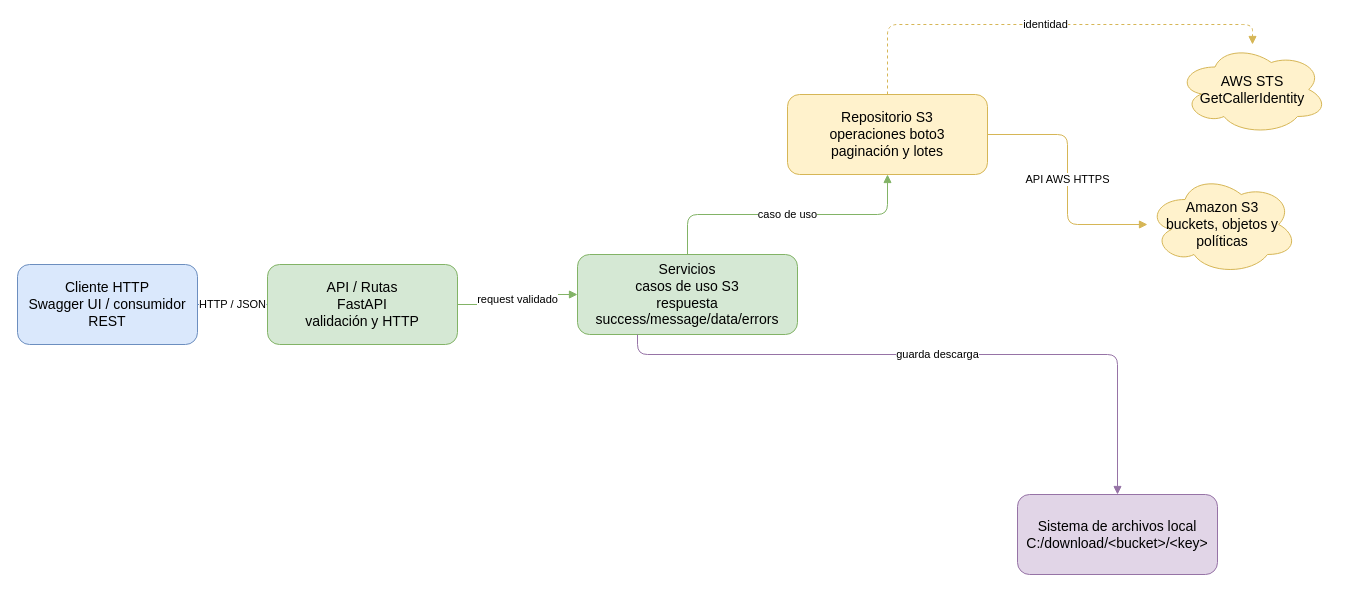
ccaceresumtuser2/app-s3-service keeps this draw.io diagram as page "Componentes" (1 of 2) of arquitectura/arquitectura_s3.drawio. Above is the earlier version. Source tidied: cells renumbered, new cells numbered last; positions are measured from the earlier drawing's top-left corner, leaving out a move shared by most shapes. Both pictures are drawn from the tidied source at 100%, with x=0, y=0 at pixel (17, 24).
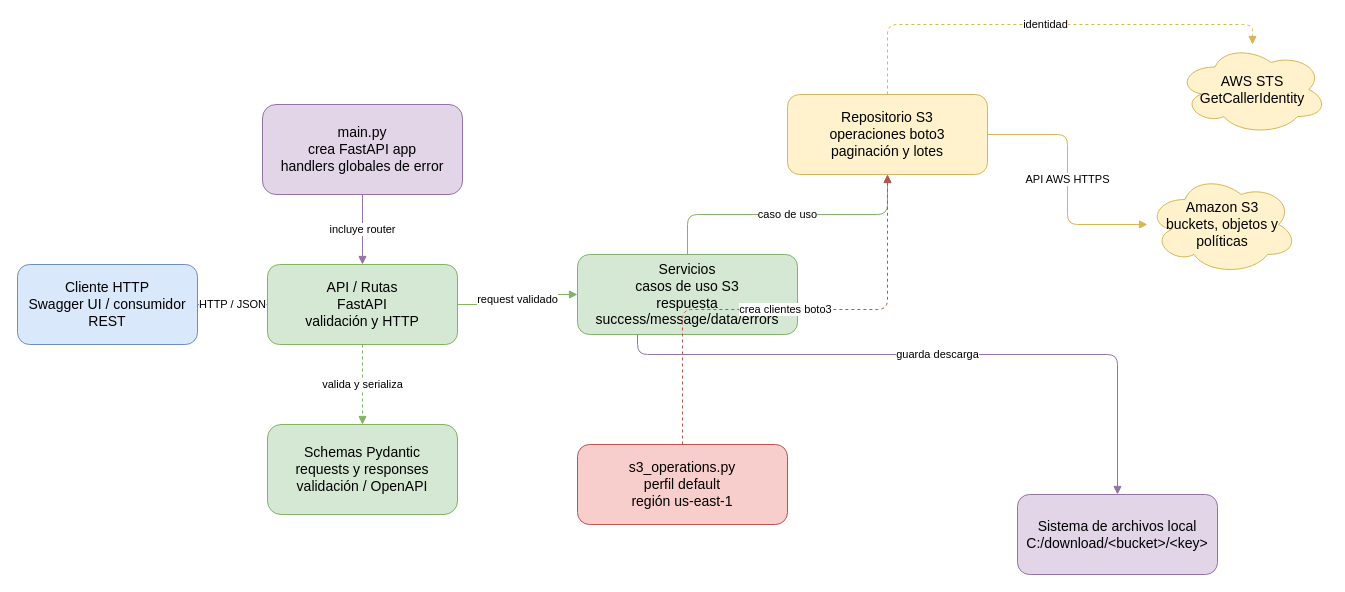
The same page after the edit.

Unchanged cells that the change refers to:
```xml
<mxCell id="3" value="API / Rutas&lt;br&gt;FastAPI&lt;br&gt;validación y HTTP" style="rounded=1;whiteSpace=wrap;html=1;fillColor=#d5e8d4;strokeColor=#82b366;fontSize=14;" parent="1" vertex="1">
  <mxGeometry x="250" y="240" width="190" height="80" as="geometry" />
</mxCell>
<mxCell id="5" value="Repositorio S3&lt;br&gt;operaciones boto3&lt;br&gt;paginación y lotes" style="rounded=1;whiteSpace=wrap;html=1;fillColor=#fff2cc;strokeColor=#d6b656;fontSize=14;" parent="1" vertex="1">
  <mxGeometry x="770" y="70" width="200" height="80" as="geometry" />
</mxCell>
```

What changed in the source:
```diff
@@
+    <mxCell id="15" value="main.py&lt;br&gt;crea FastAPI app&lt;br&gt;handlers globales de error" style="rounded=1;whiteSpace=wrap;html=1;fillColor=#e1d5e7;strokeColor=#9673a6;fontSize=14;" parent="1" vertex="1">
+      <mxGeometry x="245" y="80" width="200" height="90" as="geometry" />
+    </mxCell>
@@
+    <mxCell id="16" value="Schemas Pydantic&lt;br&gt;requests y responses&lt;br&gt;validación / OpenAPI" style="rounded=1;whiteSpace=wrap;html=1;fillColor=#d5e8d4;strokeColor=#82b366;fontSize=14;" parent="1" vertex="1">
+      <mxGeometry x="250" y="400" width="190" height="90" as="geometry" />
+    </mxCell>
@@
+    <mxCell id="17" value="s3_operations.py&lt;br&gt;perfil default&lt;br&gt;región us-east-1" style="rounded=1;whiteSpace=wrap;html=1;fillColor=#f8cecc;strokeColor=#b85450;fontSize=14;" parent="1" vertex="1">
+      <mxGeometry x="560" y="420" width="210" height="80" as="geometry" />
+    </mxCell>
@@
+    <mxCell id="18" value="incluye router" style="edgeStyle=orthogonalEdgeStyle;rounded=1;jettySize=auto;html=1;endArrow=block;endFill=1;strokeColor=#9673a6;" parent="1" edge="1" source="15" target="3">
+      <mxGeometry relative="1" as="geometry" />
+    </mxCell>
@@
+    <mxCell id="19" value="valida y serializa" style="edgeStyle=orthogonalEdgeStyle;rounded=1;jettySize=auto;html=1;endArrow=block;endFill=1;dashed=1;strokeColor=#82b366;" parent="1" edge="1" source="3" target="16">
+      <mxGeometry relative="1" as="geometry" />
+    </mxCell>
@@
+    <mxCell id="20" value="crea clientes boto3" style="edgeStyle=orthogonalEdgeStyle;rounded=1;jettySize=auto;html=1;endArrow=block;endFill=1;dashed=1;strokeColor=#b85450;" parent="1" edge="1" source="17" target="5">
+      <mxGeometry relative="1" as="geometry" />
+    </mxCell>
```
